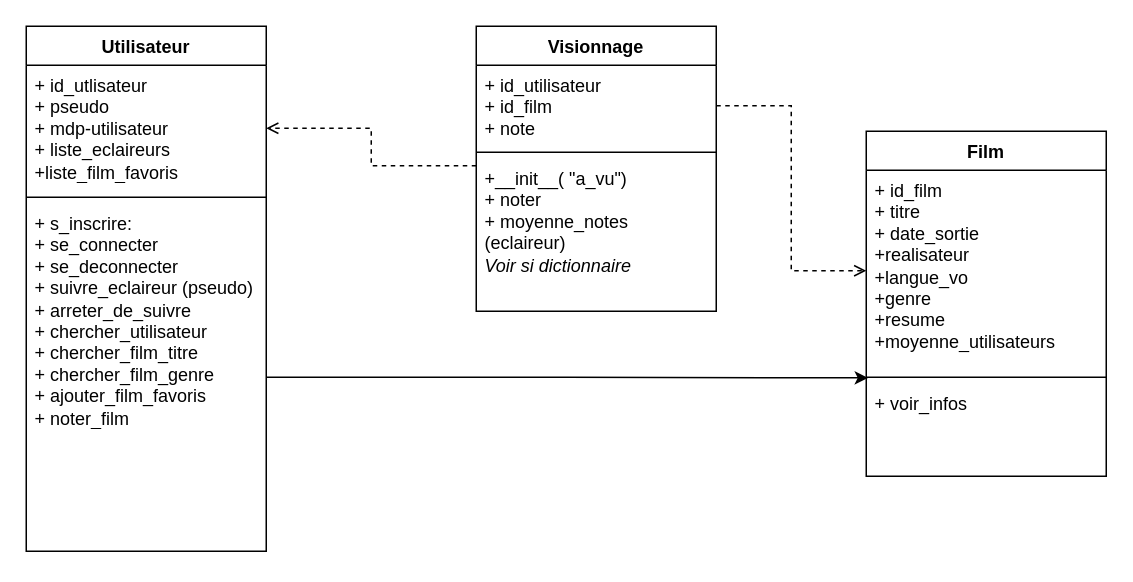
The draw.io diagram doc/Diagramme de classes - Projet info .drawio in leolrl/Projet2A, before the edit. Source tidied: cells renumbered, new cells numbered last; positions are measured from the earlier drawing's top-left corner, leaving out a move shared by most shapes. Both pictures are drawn from the tidied source at 150%, with x=0, y=0 at pixel (26, 26).
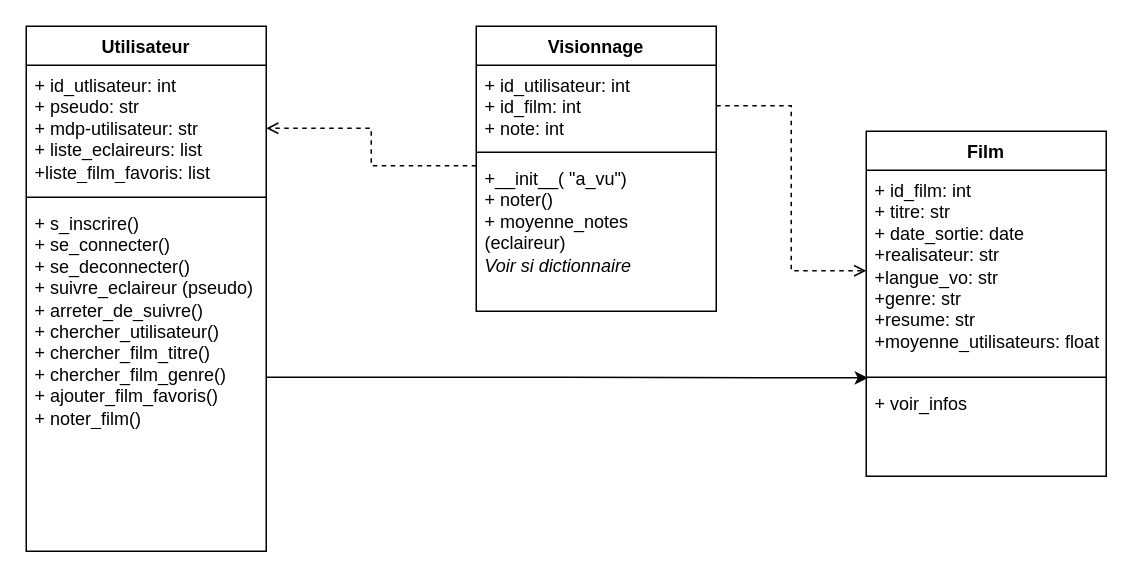
The same page after the edit.

Commit message:
Mettre à jour Diagramme de classes - Projet info .drawio

The edit, as a diff of the source:
```diff
@@
 <mxGraphModel>
   <root>
     <mxCell id="0" />
     <mxCell id="1" parent="0" />
     <mxCell id="2" value="Utilisateur" style="swimlane;fontStyle=1;align=center;verticalAlign=top;horizontal=1;startSize=26;whiteSpace=wrap;html=1;" parent="1" vertex="1">
       <mxGeometry width="160" height="350" as="geometry" />
     </mxCell>
-    <mxCell id="3" value="+ id_utlisateur&lt;div&gt;&lt;div&gt;+ pseudo&lt;/div&gt;&lt;div&gt;+ mdp-utilisateur&lt;/div&gt;&lt;div&gt;+ liste_eclaireurs&lt;/div&gt;&lt;/div&gt;&lt;div&gt;+liste_film_favoris&lt;/div&gt;" style="text;strokeColor=none;fillColor=none;align=left;verticalAlign=top;spacingLeft=4;spacingRight=4;overflow=hidden;points=[[0,0.5],[1,0.5]];portConstraint=eastwest;whiteSpace=wrap;html=1;" parent="2" vertex="1">
+    <mxCell id="3" value="+ id_utlisateur: int&lt;div&gt;&lt;div&gt;+ pseudo: str&lt;/div&gt;&lt;div&gt;+ mdp-utilisateur: str&lt;/div&gt;&lt;div&gt;+ liste_eclaireurs: list&lt;/div&gt;&lt;/div&gt;&lt;div&gt;+liste_film_favoris: list&lt;/div&gt;" style="text;strokeColor=none;fillColor=none;align=left;verticalAlign=top;spacingLeft=4;spacingRight=4;overflow=hidden;points=[[0,0.5],[1,0.5]];portConstraint=eastwest;whiteSpace=wrap;html=1;" parent="2" vertex="1">
       <mxGeometry y="26" width="160" height="84" as="geometry" />
     </mxCell>
     <mxCell id="4" style="line;strokeWidth=1;fillColor=none;align=left;verticalAlign=middle;spacingTop=-1;spacingLeft=3;spacingRight=3;labelPosition=right;strokeColor=inherit;" parent="2" vertex="1">
       <mxGeometry y="110" width="160" height="8" as="geometry" />
     </mxCell>
-    <mxCell id="5" value="+ s_inscrire:&lt;div&gt;+ se_connecter&lt;/div&gt;&lt;div&gt;+ se_deconnecter&lt;/div&gt;&lt;div&gt;+ suivre_eclaireur (pseudo)&lt;/div&gt;&lt;div&gt;+ arreter_de_suivre&lt;/div&gt;&lt;div&gt;+ chercher_utilisateur&lt;div&gt;+ chercher_film_titre&lt;/div&gt;&lt;div&gt;+ chercher_film_genre&lt;/div&gt;&lt;div&gt;+ ajouter_film_favoris&lt;/div&gt;&lt;div&gt;+ noter_film&lt;/div&gt;&lt;/div&gt;" style="text;strokeColor=none;fillColor=none;align=left;verticalAlign=top;spacingLeft=4;spacingRight=4;overflow=hidden;points=[[0,0.5],[1,0.5]];portConstraint=eastwest;whiteSpace=wrap;html=1;" parent="2" vertex="1">
+    <mxCell id="5" value="+ s_inscrire()&lt;div&gt;+ se_connecter()&lt;/div&gt;&lt;div&gt;+ se_deconnecter()&lt;/div&gt;&lt;div&gt;+ suivre_eclaireur (pseudo)&lt;/div&gt;&lt;div&gt;+ arreter_de_suivre()&lt;/div&gt;&lt;div&gt;+ chercher_utilisateur()&lt;div&gt;+ chercher_film_titre()&lt;/div&gt;&lt;div&gt;+ chercher_film_genre()&lt;/div&gt;&lt;div&gt;+ ajouter_film_favoris()&lt;/div&gt;&lt;div&gt;+ noter_film()&lt;/div&gt;&lt;/div&gt;" style="text;strokeColor=none;fillColor=none;align=left;verticalAlign=top;spacingLeft=4;spacingRight=4;overflow=hidden;points=[[0,0.5],[1,0.5]];portConstraint=eastwest;whiteSpace=wrap;html=1;" parent="2" vertex="1">
       <mxGeometry y="118" width="160" height="232" as="geometry" />
     </mxCell>
     <mxCell id="6" value="Film" style="swimlane;fontStyle=1;align=center;verticalAlign=top;horizontal=1;startSize=26;whiteSpace=wrap;html=1;" parent="1" vertex="1">
       <mxGeometry x="560" y="70" width="160" height="230" as="geometry" />
     </mxCell>
-    <mxCell id="7" value="+ id_film&lt;div&gt;+ titre&lt;br&gt;&lt;div&gt;+ date_sortie&lt;/div&gt;&lt;div&gt;+realisateur&lt;/div&gt;&lt;div&gt;+langue_vo&lt;/div&gt;&lt;div&gt;+genre&lt;/div&gt;&lt;div&gt;+resume&lt;/div&gt;&lt;div&gt;+moyenne_utilisateurs&amp;nbsp;&lt;/div&gt;&lt;/div&gt;" style="text;strokeColor=none;fillColor=none;align=left;verticalAlign=top;spacingLeft=4;spacingRight=4;overflow=hidden;points=[[0,0.5],[1,0.5]];portConstraint=eastwest;whiteSpace=wrap;html=1;" parent="6" vertex="1">
+    <mxCell id="7" value="+ id_film: int&lt;div&gt;+ titre: str&lt;br&gt;&lt;div&gt;+ date_sortie: date&amp;nbsp;&lt;/div&gt;&lt;div&gt;+realisateur: str&lt;/div&gt;&lt;div&gt;+langue_vo: str&lt;/div&gt;&lt;div&gt;+genre: str&lt;/div&gt;&lt;div&gt;+resume: str&lt;/div&gt;&lt;div&gt;+moyenne_utilisateurs: float&lt;/div&gt;&lt;/div&gt;" style="text;strokeColor=none;fillColor=none;align=left;verticalAlign=top;spacingLeft=4;spacingRight=4;overflow=hidden;points=[[0,0.5],[1,0.5]];portConstraint=eastwest;whiteSpace=wrap;html=1;" parent="6" vertex="1">
       <mxGeometry y="26" width="160" height="134" as="geometry" />
     </mxCell>
     <mxCell id="8" style="line;strokeWidth=1;fillColor=none;align=left;verticalAlign=middle;spacingTop=-1;spacingLeft=3;spacingRight=3;labelPosition=right;strokeColor=inherit;" parent="6" vertex="1">
       <mxGeometry y="160" width="160" height="8" as="geometry" />
     </mxCell>
     <mxCell id="9" value="&lt;div&gt;+ voir_infos&lt;/div&gt;&lt;div&gt;&lt;br&gt;&lt;/div&gt;" style="text;strokeColor=none;fillColor=none;align=left;verticalAlign=top;spacingLeft=4;spacingRight=4;overflow=hidden;whiteSpace=wrap;html=1;" parent="6" vertex="1">
       <mxGeometry y="168" width="160" height="62" as="geometry" />
     </mxCell>
     <mxCell id="10" value="Visionnage" style="swimlane;fontStyle=1;align=center;verticalAlign=top;horizontal=1;startSize=26;whiteSpace=wrap;html=1;" parent="1" vertex="1">
       <mxGeometry x="300" width="160" height="190" as="geometry" />
     </mxCell>
-    <mxCell id="11" value="+ id_utilisateur&lt;div&gt;+ id_film&lt;/div&gt;&lt;div&gt;+ note&lt;/div&gt;" style="text;strokeColor=none;fillColor=none;align=left;verticalAlign=top;spacingLeft=4;spacingRight=4;overflow=hidden;points=[[0,0.5],[1,0.5]];portConstraint=eastwest;whiteSpace=wrap;html=1;" parent="10" vertex="1">
+    <mxCell id="11" value="+ id_utilisateur: int&lt;div&gt;+ id_film: int&lt;/div&gt;&lt;div&gt;+ note: int&lt;/div&gt;" style="text;strokeColor=none;fillColor=none;align=left;verticalAlign=top;spacingLeft=4;spacingRight=4;overflow=hidden;points=[[0,0.5],[1,0.5]];portConstraint=eastwest;whiteSpace=wrap;html=1;" parent="10" vertex="1">
       <mxGeometry y="26" width="160" height="54" as="geometry" />
     </mxCell>
     <mxCell id="12" style="line;strokeWidth=1;fillColor=none;align=left;verticalAlign=middle;spacingTop=-1;spacingLeft=3;spacingRight=3;labelPosition=right;strokeColor=inherit;" parent="10" vertex="1">
       <mxGeometry y="80" width="160" height="8" as="geometry" />
     </mxCell>
-    <mxCell id="13" value="&lt;div&gt;+__init__( &quot;a_vu&quot;)&lt;br&gt;&lt;/div&gt;+ noter&lt;div&gt;+ moyenne_notes (eclaireur)&lt;/div&gt;&lt;div&gt;&lt;i&gt;Voir si dictionnaire&lt;/i&gt;&lt;/div&gt;" style="text;strokeColor=none;fillColor=none;align=left;verticalAlign=top;spacingLeft=4;spacingRight=4;overflow=hidden;points=[[0,0.5],[1,0.5]];portConstraint=eastwest;whiteSpace=wrap;html=1;" parent="10" vertex="1">
+    <mxCell id="13" value="&lt;div&gt;+__init__( &quot;a_vu&quot;)&lt;br&gt;&lt;/div&gt;+ noter()&lt;div&gt;+ moyenne_notes (eclaireur)&lt;/div&gt;&lt;div&gt;&lt;i&gt;Voir si dictionnaire&lt;/i&gt;&lt;/div&gt;" style="text;strokeColor=none;fillColor=none;align=left;verticalAlign=top;spacingLeft=4;spacingRight=4;overflow=hidden;points=[[0,0.5],[1,0.5]];portConstraint=eastwest;whiteSpace=wrap;html=1;" parent="10" vertex="1">
       <mxGeometry y="88" width="160" height="102" as="geometry" />
     </mxCell>
     <mxCell id="14" style="edgeStyle=orthogonalEdgeStyle;rounded=0;jettySize=auto;html=1;exitX=0;exitY=0.049;exitDx=0;exitDy=0;entryX=1;entryY=0.5;entryDx=0;entryDy=0;dashed=1;endArrow=open;endFill=0;exitPerimeter=0;" parent="1" edge="1" source="13" target="3">
       <mxGeometry relative="1" as="geometry" />
     </mxCell>
     <mxCell id="15" style="edgeStyle=orthogonalEdgeStyle;rounded=0;jettySize=auto;html=1;dashed=1;endArrow=open;endFill=0;" parent="1" edge="1" source="11" target="7">
       <mxGeometry relative="1" as="geometry" />
     </mxCell>
     <mxCell id="16" style="edgeStyle=orthogonalEdgeStyle;rounded=0;jettySize=auto;html=1;exitX=1;exitY=0.5;exitDx=0;exitDy=0;entryX=0.008;entryY=1.033;entryDx=0;entryDy=0;entryPerimeter=0;" parent="1" edge="1" source="5" target="7">
       <mxGeometry relative="1" as="geometry" />
     </mxCell>
   </root>
 </mxGraphModel>
```
